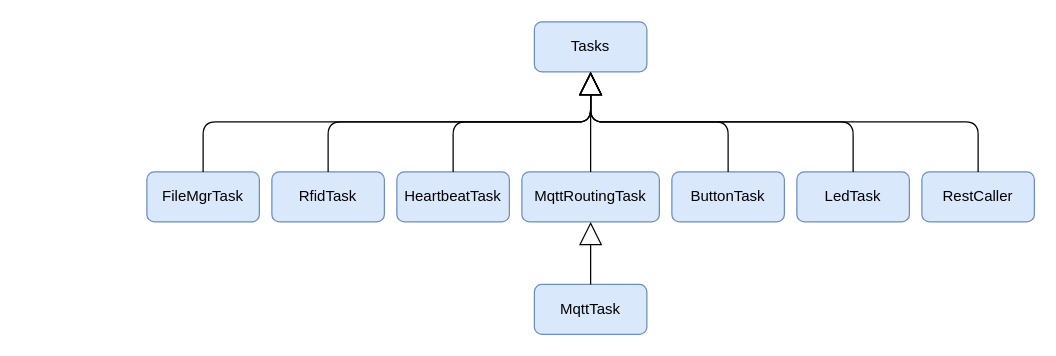
The draw.io diagram docs/uml/tasks.drawio in miman/esp32_util, before the edit. Source tidied: cells renumbered, new cells numbered last; positions are measured from the earlier drawing's top-left corner, leaving out a move shared by most shapes. Both pictures are drawn from the tidied source at 125%, with x=0, y=0 at pixel (146, 21).
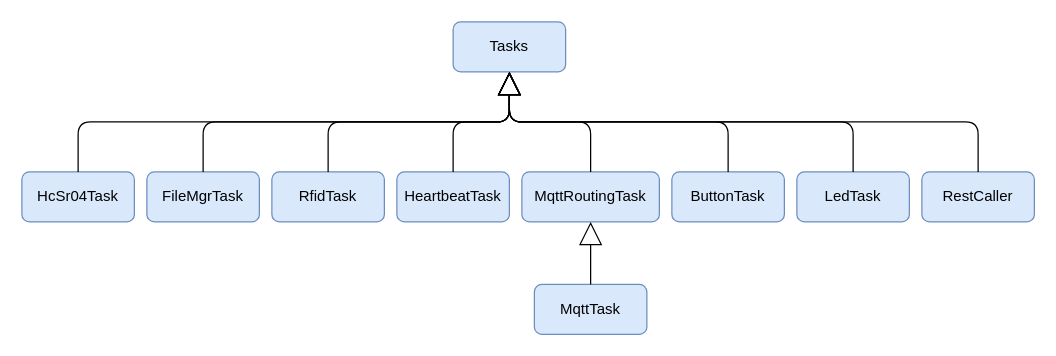
After the change.

Commit message (it also covers changes not shown here):
added HcSr04Task

Diff of the diagram source:
```diff
@@
     <mxCell id="2" value="Tasks" style="rounded=1;whiteSpace=wrap;html=1;fillColor=#dae8fc;strokeColor=#6c8ebf;" parent="1" vertex="1">
-      <mxGeometry x="310" width="90" height="40" as="geometry" />
+      <mxGeometry x="245" width="90" height="40" as="geometry" />
     </mxCell>
@@
+    <mxCell id="19" value="HcSr04Task" style="rounded=1;whiteSpace=wrap;html=1;fillColor=#dae8fc;strokeColor=#6c8ebf;" parent="1" vertex="1">
+      <mxGeometry x="-100" y="120" width="90" height="40" as="geometry" />
+    </mxCell>
+    <mxCell id="20" style="endArrow=block;endSize=16;endFill=0;html=1;edgeStyle=orthogonalEdgeStyle;exitX=0.5;exitY=0;exitDx=0;exitDy=0;entryX=0.5;entryY=1;entryDx=0;entryDy=0;" parent="1" edge="1" source="19" target="2">
+      <mxGeometry relative="1" as="geometry" />
+    </mxCell>
```
